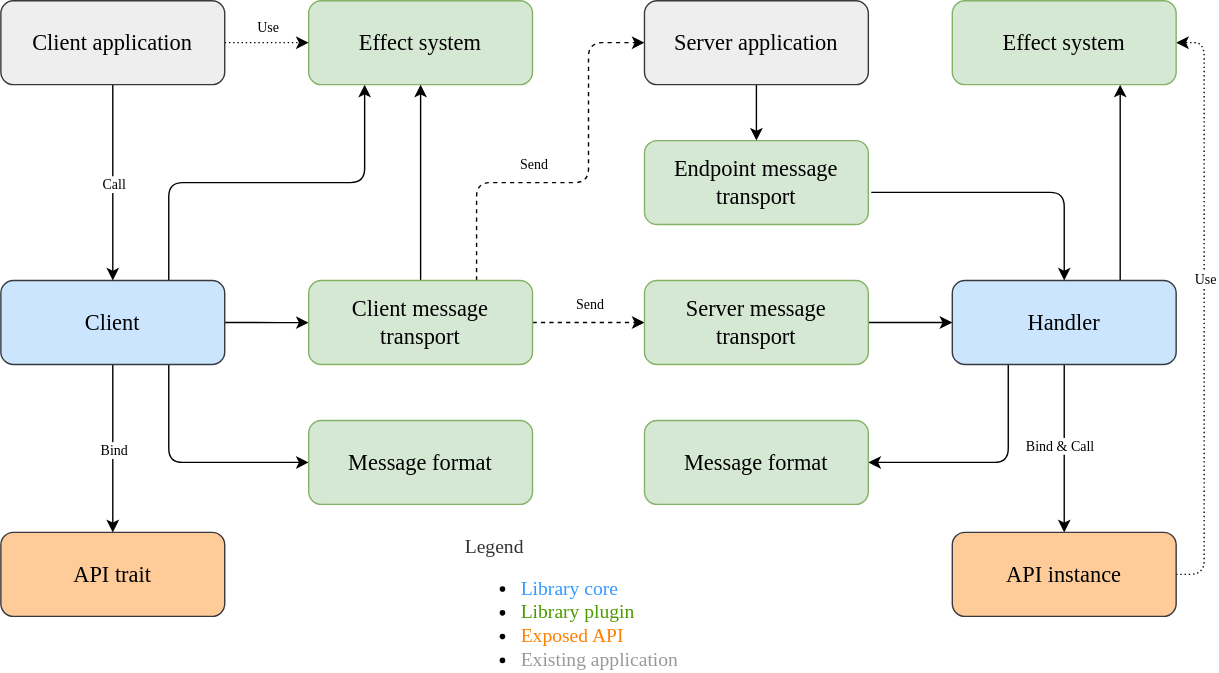
Earlier version of the draw.io export doc/images/architecture.svg (martin-ockajak/automorph). Source tidied: cells renumbered, new cells last; positions are measured from the earlier drawing's top-left corner, leaving out a move shared by most shapes.
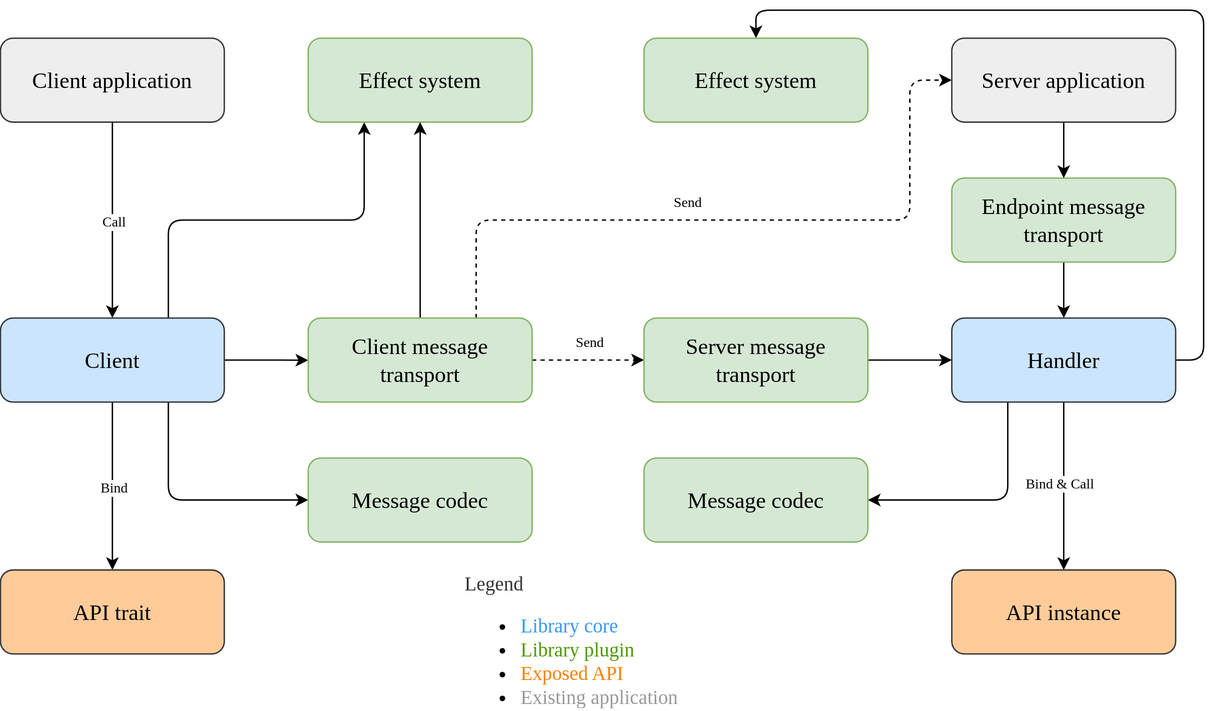
The same diagram one commit later.

Diff of the diagram source:
```diff
@@ -44,8 +44,14 @@
         </Array>
       </mxGeometry>
     </mxCell>
-    <mxCell id="11" style="edgeStyle=orthogonalEdgeStyle;rounded=1;jettySize=auto;html=1;exitX=0.75;exitY=0;exitDx=0;exitDy=0;entryX=0.75;entryY=1;entryDx=0;entryDy=0;fontFamily=Verdana;fontSize=16;strokeColor=#000000;" parent="1" edge="1" source="12" target="31">
-      <mxGeometry relative="1" as="geometry" />
+    <mxCell id="11" style="edgeStyle=orthogonalEdgeStyle;rounded=1;jettySize=auto;html=1;exitX=1;exitY=0.5;exitDx=0;exitDy=0;entryX=0.5;entryY=0;entryDx=0;entryDy=0;fontFamily=Verdana;fontSize=16;strokeColor=#000000;" parent="1" edge="1" source="12" target="31">
+      <mxGeometry relative="1" as="geometry">
+        <Array as="points">
+          <mxPoint x="860" y="230" />
+          <mxPoint x="860" y="-20" />
+          <mxPoint x="540" y="-20" />
+        </Array>
+      </mxGeometry>
     </mxCell>
     <mxCell id="12" value="&lt;font style=&quot;font-size: 16px;&quot;&gt;Handler&lt;/font&gt;" style="rounded=1;whiteSpace=wrap;html=1;fillColor=#cce5ff;strokeColor=#36393d;fontFamily=Verdana;fontSize=16;" parent="1" vertex="1">
       <mxGeometry x="680" y="200" width="160" height="60" as="geometry" />
@@ -53,7 +59,7 @@
     <mxCell id="13" value="&lt;font style=&quot;font-size: 16px;&quot;&gt;Effect system&lt;/font&gt;" style="rounded=1;whiteSpace=wrap;html=1;fillColor=#d5e8d4;strokeColor=#82b366;fontFamily=Verdana;fontSize=16;verticalAlign=middle;" parent="1" vertex="1">
       <mxGeometry x="220" width="160" height="60" as="geometry" />
     </mxCell>
-    <mxCell id="14" value="&lt;font style=&quot;font-size: 16px;&quot;&gt;Message format&lt;/font&gt;" style="rounded=1;whiteSpace=wrap;html=1;fillColor=#d5e8d4;strokeColor=#82b366;fontFamily=Verdana;fontSize=16;" parent="1" vertex="1">
+    <mxCell id="14" value="&lt;font style=&quot;font-size: 16px&quot;&gt;Message codec&lt;/font&gt;" style="rounded=1;whiteSpace=wrap;html=1;fillColor=#d5e8d4;strokeColor=#82b366;fontFamily=Verdana;fontSize=16;" parent="1" vertex="1">
       <mxGeometry x="220" y="300" width="160" height="60" as="geometry" />
     </mxCell>
     <mxCell id="15" style="edgeStyle=orthogonalEdgeStyle;rounded=1;jettySize=auto;html=1;exitX=1;exitY=0.5;exitDx=0;exitDy=0;entryX=0;entryY=0.5;entryDx=0;entryDy=0;fontFamily=Verdana;fontSize=16;dashed=1;" parent="1" edge="1" source="18" target="20">
@@ -63,8 +69,8 @@
       <mxGeometry relative="1" as="geometry">
         <Array as="points">
           <mxPoint x="340" y="130" />
-          <mxPoint x="420" y="130" />
-          <mxPoint x="420" y="30" />
+          <mxPoint x="650" y="130" />
+          <mxPoint x="650" y="30" />
         </Array>
       </mxGeometry>
     </mxCell>
@@ -80,18 +86,20 @@
     <mxCell id="20" value="&lt;font style=&quot;font-size: 16px&quot;&gt;Server message transport&lt;/font&gt;" style="rounded=1;whiteSpace=wrap;html=1;fillColor=#d5e8d4;strokeColor=#82b366;fontFamily=Verdana;fontSize=16;" parent="1" vertex="1">
       <mxGeometry x="460" y="200" width="160" height="60" as="geometry" />
     </mxCell>
-    <mxCell id="21" style="edgeStyle=orthogonalEdgeStyle;rounded=1;jettySize=auto;html=1;exitX=1.013;exitY=0.617;exitDx=0;exitDy=0;entryX=0.5;entryY=0;entryDx=0;entryDy=0;fontFamily=Verdana;fontSize=16;strokeColor=#000000;exitPerimeter=0;" parent="1" edge="1" source="22" target="12">
+    <mxCell id="21" style="edgeStyle=orthogonalEdgeStyle;rounded=1;jettySize=auto;html=1;exitX=0.5;exitY=1;exitDx=0;exitDy=0;entryX=0.5;entryY=0;entryDx=0;entryDy=0;fontFamily=Verdana;fontSize=16;strokeColor=#000000;" parent="1" edge="1" source="22" target="12">
       <mxGeometry relative="1" as="geometry" />
     </mxCell>
+    <mxCell id="41" style="edgeStyle=orthogonalEdgeStyle;rounded=0;jettySize=auto;html=1;exitX=0.75;exitY=1;exitDx=0;exitDy=0;" parent="1" edge="1" source="22">
+      <mxGeometry relative="1" as="geometry">
+        <mxPoint x="799.7" y="159.8" as="targetPoint" />
+      </mxGeometry>
+    </mxCell>
     <mxCell id="22" value="&lt;font style=&quot;font-size: 16px&quot;&gt;Endpoint message transport&lt;/font&gt;" style="rounded=1;whiteSpace=wrap;html=1;fillColor=#d5e8d4;strokeColor=#82b366;fontFamily=Verdana;fontSize=16;" parent="1" vertex="1">
-      <mxGeometry x="460" y="100" width="160" height="60" as="geometry" />
+      <mxGeometry x="680" y="100" width="160" height="60" as="geometry" />
     </mxCell>
     <mxCell id="23" value="&lt;font style=&quot;font-size: 16px&quot;&gt;API trait&lt;/font&gt;" style="rounded=1;whiteSpace=wrap;html=1;fillColor=#ffcc99;strokeColor=#36393d;fontFamily=Verdana;fontSize=16;" parent="1" vertex="1">
       <mxGeometry y="380" width="160" height="60" as="geometry" />
     </mxCell>
-    <mxCell id="24" style="edgeStyle=orthogonalEdgeStyle;rounded=1;jettySize=auto;html=1;exitX=1;exitY=0.5;exitDx=0;exitDy=0;entryX=1;entryY=0.5;entryDx=0;entryDy=0;dashed=1;dashPattern=1 2;fontFamily=Verdana;fontSize=10;strokeColor=#000000;" parent="1" edge="1" source="25" target="31">
-      <mxGeometry relative="1" as="geometry" />
-    </mxCell>
     <mxCell id="25" value="&lt;font style=&quot;font-size: 16px&quot;&gt;API instance&lt;/font&gt;" style="rounded=1;whiteSpace=wrap;html=1;fillColor=#ffcc99;strokeColor=#36393d;fontFamily=Verdana;fontSize=16;" parent="1" vertex="1">
       <mxGeometry x="680" y="380" width="160" height="60" as="geometry" />
     </mxCell>
@@ -99,21 +107,18 @@
       <mxGeometry relative="1" as="geometry" />
     </mxCell>
     <mxCell id="27" value="&lt;font style=&quot;font-size: 16px&quot;&gt;Server application&lt;/font&gt;" style="rounded=1;whiteSpace=wrap;html=1;fillColor=#eeeeee;strokeColor=#36393d;fontFamily=Verdana;fontSize=16;" parent="1" vertex="1">
-      <mxGeometry x="460" width="160" height="60" as="geometry" />
+      <mxGeometry x="680" width="160" height="60" as="geometry" />
     </mxCell>
     <mxCell id="28" style="edgeStyle=orthogonalEdgeStyle;rounded=1;jettySize=auto;html=1;exitX=0.5;exitY=1;exitDx=0;exitDy=0;fontFamily=Verdana;fontSize=16;" parent="1" edge="1" source="30" target="8">
       <mxGeometry relative="1" as="geometry" />
     </mxCell>
-    <mxCell id="29" style="edgeStyle=orthogonalEdgeStyle;rounded=1;jettySize=auto;html=1;exitX=1;exitY=0.5;exitDx=0;exitDy=0;entryX=0;entryY=0.5;entryDx=0;entryDy=0;fontFamily=Verdana;fontSize=10;strokeColor=#000000;dashed=1;dashPattern=1 2;" parent="1" edge="1" source="30" target="13">
-      <mxGeometry relative="1" as="geometry" />
-    </mxCell>
     <mxCell id="30" value="&lt;font style=&quot;font-size: 16px&quot;&gt;Client application&lt;/font&gt;" style="rounded=1;whiteSpace=wrap;html=1;fillColor=#eeeeee;strokeColor=#36393d;fontFamily=Verdana;fontSize=16;" parent="1" vertex="1">
       <mxGeometry width="160" height="60" as="geometry" />
     </mxCell>
     <mxCell id="31" value="&lt;font style=&quot;font-size: 16px;&quot;&gt;Effect system&lt;/font&gt;" style="rounded=1;whiteSpace=wrap;html=1;fillColor=#d5e8d4;strokeColor=#82b366;fontFamily=Verdana;fontSize=16;verticalAlign=middle;" parent="1" vertex="1">
-      <mxGeometry x="680" width="160" height="60" as="geometry" />
+      <mxGeometry x="460" width="160" height="60" as="geometry" />
     </mxCell>
-    <mxCell id="32" value="&lt;font style=&quot;font-size: 16px;&quot;&gt;Message format&lt;/font&gt;" style="rounded=1;whiteSpace=wrap;html=1;fillColor=#d5e8d4;strokeColor=#82b366;fontFamily=Verdana;fontSize=16;" parent="1" vertex="1">
+    <mxCell id="32" value="&lt;font style=&quot;font-size: 16px&quot;&gt;Message codec&lt;/font&gt;" style="rounded=1;whiteSpace=wrap;html=1;fillColor=#d5e8d4;strokeColor=#82b366;fontFamily=Verdana;fontSize=16;" parent="1" vertex="1">
       <mxGeometry x="460" y="300" width="160" height="60" as="geometry" />
     </mxCell>
     <mxCell id="33" value="Bind" style="edgeLabel;html=1;align=center;verticalAlign=middle;fontSize=10;fontFamily=Verdana;" parent="1" vertex="1">
@@ -128,7 +133,7 @@
       <mxGeometry x="80" y="130" as="geometry" />
     </mxCell>
     <mxCell id="36" value="Send" style="edgeLabel;html=1;align=center;verticalAlign=middle;fontSize=10;fontFamily=Verdana;" parent="1" vertex="1">
-      <mxGeometry x="390" y="110" as="geometry">
+      <mxGeometry x="500" y="110" as="geometry">
         <mxPoint x="-10" y="6" as="offset" />
       </mxGeometry>
     </mxCell>
@@ -137,16 +142,6 @@
         <mxPoint x="-10" y="6" as="offset" />
       </mxGeometry>
     </mxCell>
-    <mxCell id="38" value="Use" style="edgeLabel;html=1;align=center;verticalAlign=middle;fontSize=10;fontFamily=Verdana;" parent="1" vertex="1">
-      <mxGeometry x="200" y="20" as="geometry">
-        <mxPoint x="-10" y="-2" as="offset" />
-      </mxGeometry>
-    </mxCell>
-    <mxCell id="39" value="Use" style="edgeLabel;html=1;align=center;verticalAlign=middle;fontSize=10;fontFamily=Verdana;" parent="1" vertex="1">
-      <mxGeometry x="870" y="200" as="geometry">
-        <mxPoint x="-10" y="-2" as="offset" />
-      </mxGeometry>
-    </mxCell>
     <mxCell id="40" value="&lt;div style=&quot;font-size: 14px&quot;&gt;&lt;font color=&quot;#333333&quot; style=&quot;font-size: 14px&quot;&gt;Legend&lt;/font&gt;&lt;/div&gt;&lt;ul style=&quot;font-size: 14px&quot;&gt;&lt;li&gt;&lt;font style=&quot;font-size: 14px&quot; color=&quot;#3399ff&quot;&gt;Library core&lt;/font&gt;&lt;/li&gt;&lt;li&gt;&lt;font style=&quot;font-size: 14px&quot; color=&quot;#4d9900&quot;&gt;Library plugin&lt;/font&gt;&lt;/li&gt;&lt;li&gt;&lt;font color=&quot;#ff8000&quot; style=&quot;font-size: 14px&quot;&gt;Exposed API&lt;/font&gt;&lt;/li&gt;&lt;li&gt;&lt;font style=&quot;font-size: 14px&quot; color=&quot;#999999&quot;&gt;Existing application&lt;/font&gt;&lt;/li&gt;&lt;/ul&gt;" style="text;strokeColor=none;fillColor=none;html=1;whiteSpace=wrap;verticalAlign=middle;overflow=hidden;fontFamily=Verdana;fontSize=12;align=left;" parent="1" vertex="1">
       <mxGeometry x="330" y="380" width="210" height="100" as="geometry" />
     </mxCell>
```
